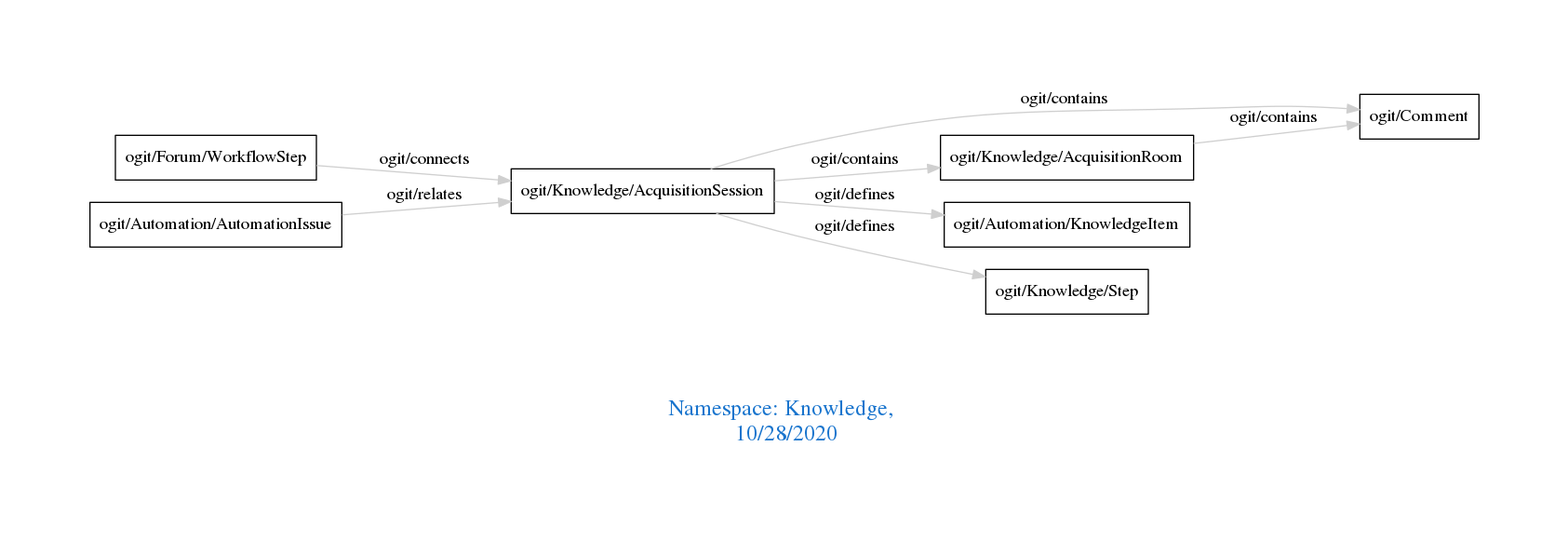
Above: downloads/Knowledge.png in arago/OGIT (Graphviz), before the change. Its source is kept beside it as downloads/Knowledge.dot.
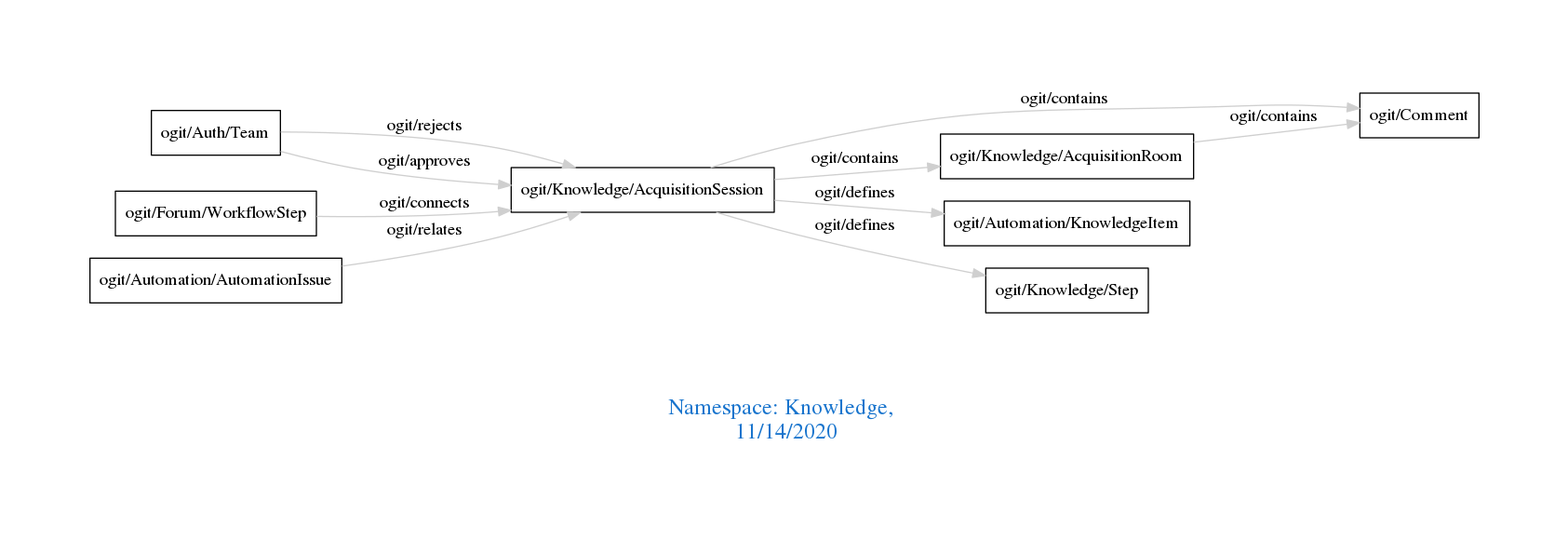
Above is the later version.

What changed in the source:
```diff
@@ -1,7 +1,7 @@
 digraph OGIT_ontology {
  graph [ rankdir= LR,pad=1
 fontsize = 18,
-fontcolor= dodgerblue3,label = "\n\n\nNamespace: Knowledge, \n 10/28/2020"];
+fontcolor= dodgerblue3,label = "\n\n\nNamespace: Knowledge, \n 11/14/2020"];
 node[shape=polygon];
 edge [  color="gray81"];
 
@@ -10,6 +10,8 @@
    "ogit/Knowledge/AcquisitionSession" -> "ogit/Knowledge/AcquisitionRoom" [label="   ogit/contains    "];
    "ogit/Knowledge/AcquisitionSession" -> "ogit/Automation/KnowledgeItem" [label="   ogit/defines    "];
    "ogit/Knowledge/AcquisitionSession" -> "ogit/Knowledge/Step" [label="   ogit/defines    "];
+   "ogit/Auth/Team" -> "ogit/Knowledge/AcquisitionSession" [label="   ogit/rejects    "];
    "ogit/Forum/WorkflowStep" -> "ogit/Knowledge/AcquisitionSession" [label="   ogit/connects    "];
+   "ogit/Auth/Team" -> "ogit/Knowledge/AcquisitionSession" [label="   ogit/approves    "];
    "ogit/Automation/AutomationIssue" -> "ogit/Knowledge/AcquisitionSession" [label="   ogit/relates    "];
 }
```
